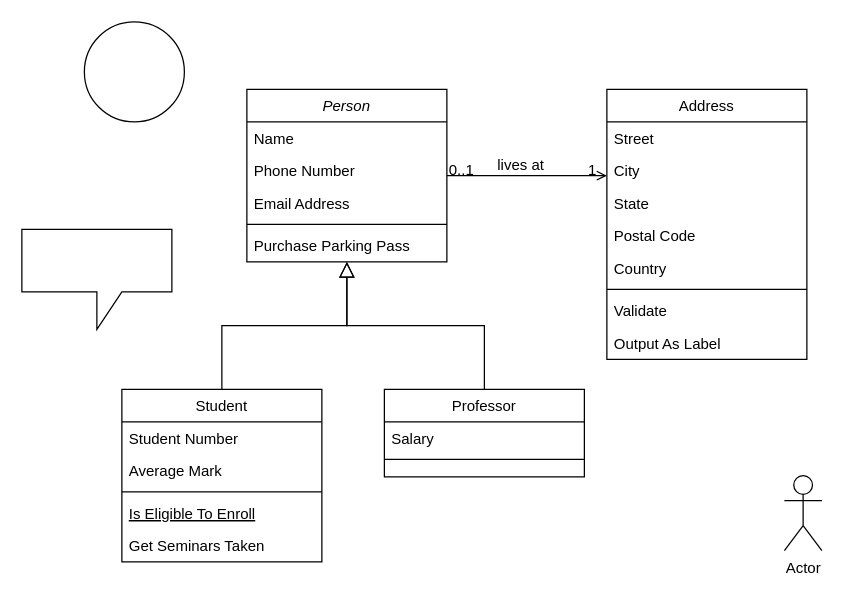
The draw.io diagram Untitled Diagram.drawio in fmathias/draws, before the edit. Source tidied: cells renumbered, new cells numbered last; positions are measured from the earlier drawing's top-left corner, leaving out a move shared by most shapes. Both pictures are drawn from the tidied source at 125%, with x=0, y=0 at pixel (21, 21).
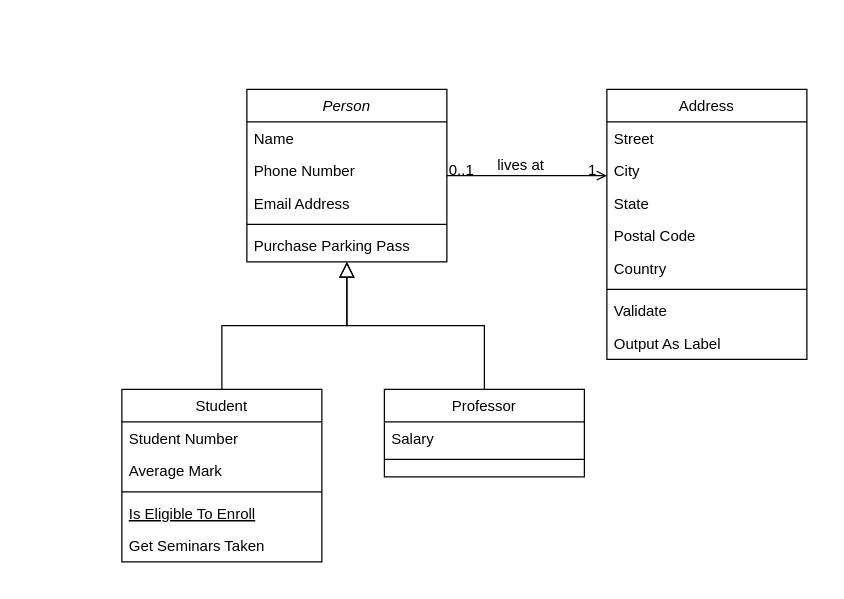
After the change.

Change to the diagram source:
```diff
@@
-    <mxCell id="32" style="ellipse;whiteSpace=wrap;html=1;" parent="1" vertex="1">
-      <mxGeometry x="50" width="80" height="80" as="geometry" />
-    </mxCell>
-    <mxCell id="33" style="shape=callout;whiteSpace=wrap;html=1;perimeter=calloutPerimeter;" parent="1" vertex="1">
-      <mxGeometry y="166" width="120" height="80" as="geometry" />
-    </mxCell>
-    <mxCell id="34" value="Actor" style="shape=umlActor;verticalLabelPosition=bottom;verticalAlign=top;html=1;" parent="1" vertex="1">
-      <mxGeometry x="610" y="363" width="30" height="60" as="geometry" />
-    </mxCell>
```
